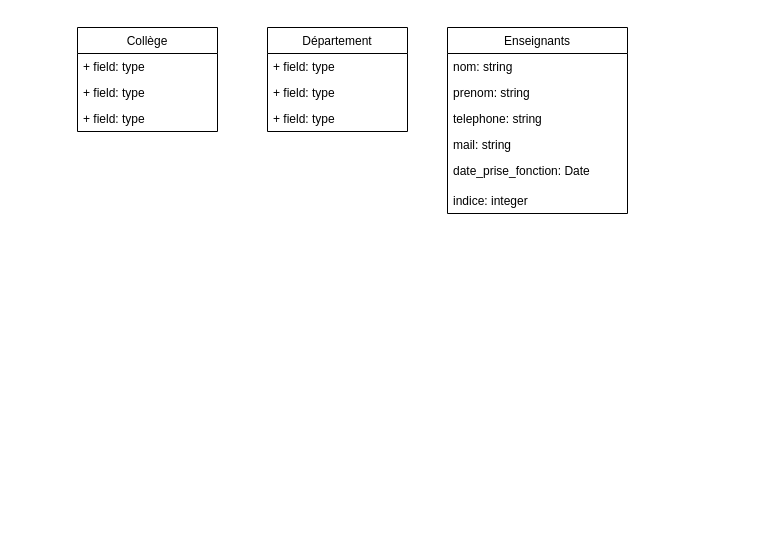
This is class-diagram-1.drawio from clairenollet/uml-and-rup, a draw.io file, before an edit. Source tidied: cells renumbered, new cells numbered last; positions are measured from the earlier drawing's top-left corner, leaving out a move shared by most shapes. Both pictures are drawn from the tidied source at 100%, with x=0, y=0 at pixel (77, 27).
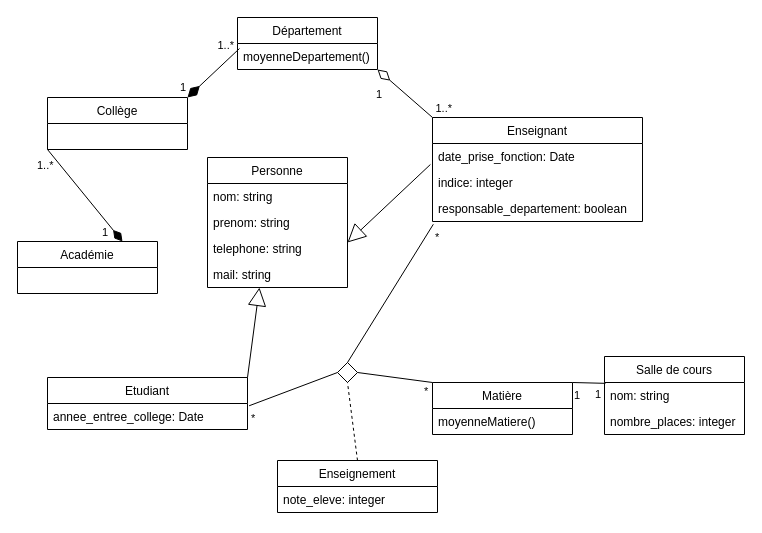
Above is the later version.

What changed in the source:
```diff
@@
     <mxCell id="2" value="Collège" style="swimlane;fontStyle=0;horizontal=1;startSize=26;fillColor=none;" parent="1" vertex="1">
-      <mxGeometry width="140" height="104" as="geometry" />
+      <mxGeometry x="-30" y="70" width="140" height="52" as="geometry" />
     </mxCell>
-    <mxCell id="3" value="+ field: type" style="text;strokeColor=none;fillColor=none;align=left;verticalAlign=top;spacingLeft=4;spacingRight=4;overflow=hidden;" parent="2" vertex="1">
-      <mxGeometry y="26" width="140" height="26" as="geometry" />
-    </mxCell>
-    <mxCell id="4" value="+ field: type" style="text;strokeColor=none;fillColor=none;align=left;verticalAlign=top;spacingLeft=4;spacingRight=4;overflow=hidden;" parent="2" vertex="1">
-      <mxGeometry y="52" width="140" height="26" as="geometry" />
-    </mxCell>
-    <mxCell id="5" value="+ field: type" style="text;strokeColor=none;fillColor=none;align=left;verticalAlign=top;spacingLeft=4;spacingRight=4;overflow=hidden;" parent="2" vertex="1">
-      <mxGeometry y="78" width="140" height="26" as="geometry" />
-    </mxCell>
     <mxCell id="6" value="Département" style="swimlane;fontStyle=0;horizontal=1;startSize=26;fillColor=none;" parent="1" vertex="1">
-      <mxGeometry x="190" width="140" height="104" as="geometry" />
+      <mxGeometry x="160" y="-10" width="140" height="52" as="geometry" />
     </mxCell>
-    <mxCell id="7" value="+ field: type" style="text;strokeColor=none;fillColor=none;align=left;verticalAlign=top;spacingLeft=4;spacingRight=4;overflow=hidden;" parent="6" vertex="1">
-      <mxGeometry y="26" width="140" height="26" as="geometry" />
-    </mxCell>
-    <mxCell id="8" value="+ field: type" style="text;strokeColor=none;fillColor=none;align=left;verticalAlign=top;spacingLeft=4;spacingRight=4;overflow=hidden;" parent="6" vertex="1">
-      <mxGeometry y="52" width="140" height="26" as="geometry" />
-    </mxCell>
-    <mxCell id="9" value="+ field: type" style="text;strokeColor=none;fillColor=none;align=left;verticalAlign=top;spacingLeft=4;spacingRight=4;overflow=hidden;" parent="6" vertex="1">
-      <mxGeometry y="78" width="140" height="26" as="geometry" />
-    </mxCell>
+    <mxCell id="17" value="moyenneDepartement()" style="text;strokeColor=none;fillColor=none;align=left;verticalAlign=top;spacingLeft=4;spacingRight=4;overflow=hidden;" parent="6" vertex="1">
+      <mxGeometry y="26" width="140" height="26" as="geometry" />
+    </mxCell>
-    <mxCell id="10" value="Enseignants" style="swimlane;fontStyle=0;horizontal=1;startSize=26;fillColor=none;" parent="1" vertex="1">
-      <mxGeometry x="370" width="180" height="186" as="geometry" />
+    <mxCell id="10" value="Enseignant" style="swimlane;fontStyle=0;horizontal=1;startSize=26;fillColor=none;" parent="1" vertex="1">
+      <mxGeometry x="355" y="90" width="210" height="104" as="geometry" />
     </mxCell>
-    <mxCell id="11" value="nom: string" style="text;strokeColor=none;fillColor=none;align=left;verticalAlign=top;spacingLeft=4;spacingRight=4;overflow=hidden;" parent="10" vertex="1">
-      <mxGeometry y="26" width="180" height="26" as="geometry" />
-    </mxCell>
+    <mxCell id="16" value="date_prise_fonction: Date" style="text;strokeColor=none;fillColor=none;align=left;verticalAlign=top;spacingLeft=4;spacingRight=4;overflow=hidden;points=[[0,0.5],[1,0.5]];portConstraint=eastwest;" parent="10" vertex="1">
+      <mxGeometry y="26" width="210" height="26" as="geometry" />
+    </mxCell>
+    <mxCell id="18" value="indice: integer" style="text;strokeColor=none;fillColor=none;align=left;verticalAlign=top;spacingLeft=4;spacingRight=4;overflow=hidden;" parent="10" vertex="1">
+      <mxGeometry y="52" width="210" height="26" as="geometry" />
+    </mxCell>
+    <mxCell id="14" value="responsable_departement: boolean" style="text;strokeColor=none;fillColor=none;align=left;verticalAlign=top;spacingLeft=4;spacingRight=4;overflow=hidden;points=[[0,0.5],[1,0.5]];portConstraint=eastwest;" parent="10" vertex="1">
+      <mxGeometry y="78" width="210" height="26" as="geometry" />
+    </mxCell>
+    <mxCell id="19" value="Etudiant" style="swimlane;fontStyle=0;horizontal=1;startSize=26;fillColor=none;" parent="1" vertex="1">
+      <mxGeometry x="-30" y="350" width="200" height="52" as="geometry" />
+    </mxCell>
+    <mxCell id="20" value="annee_entree_college: Date" style="text;strokeColor=none;fillColor=none;align=left;verticalAlign=top;spacingLeft=4;spacingRight=4;overflow=hidden;points=[[0,0.5],[1,0.5]];portConstraint=eastwest;" parent="19" vertex="1">
+      <mxGeometry y="26" width="200" height="26" as="geometry" />
+    </mxCell>
+    <mxCell id="21" value="Matière" style="swimlane;fontStyle=0;horizontal=1;startSize=26;fillColor=none;" parent="1" vertex="1">
+      <mxGeometry x="355" y="355" width="140" height="52" as="geometry" />
+    </mxCell>
+    <mxCell id="22" value="moyenneMatiere()" style="text;strokeColor=none;fillColor=none;align=left;verticalAlign=top;spacingLeft=4;spacingRight=4;overflow=hidden;" parent="21" vertex="1">
+      <mxGeometry y="26" width="140" height="26" as="geometry" />
+    </mxCell>
+    <mxCell id="23" value="Salle de cours" style="swimlane;fontStyle=0;horizontal=1;startSize=26;fillColor=none;" parent="1" vertex="1">
+      <mxGeometry x="527" y="329" width="140" height="78" as="geometry" />
+    </mxCell>
+    <mxCell id="24" value="nom: string" style="text;strokeColor=none;fillColor=none;align=left;verticalAlign=top;spacingLeft=4;spacingRight=4;overflow=hidden;points=[[0,0.5],[1,0.5]];portConstraint=eastwest;" parent="23" vertex="1">
+      <mxGeometry y="26" width="140" height="26" as="geometry" />
+    </mxCell>
+    <mxCell id="25" value="nombre_places: integer" style="text;strokeColor=none;fillColor=none;align=left;verticalAlign=top;spacingLeft=4;spacingRight=4;overflow=hidden;" parent="23" vertex="1">
+      <mxGeometry y="52" width="140" height="26" as="geometry" />
+    </mxCell>
+    <mxCell id="26" value="Personne" style="swimlane;fontStyle=0;horizontal=1;startSize=26;fillColor=none;" parent="1" vertex="1">
+      <mxGeometry x="130" y="130" width="140" height="130" as="geometry" />
+    </mxCell>
+    <mxCell id="27" value="nom: string" style="text;strokeColor=none;fillColor=none;align=left;verticalAlign=top;spacingLeft=4;spacingRight=4;overflow=hidden;" parent="26" vertex="1">
+      <mxGeometry y="26" width="140" height="26" as="geometry" />
+    </mxCell>
-    <mxCell id="12" value="prenom: string" style="text;strokeColor=none;fillColor=none;align=left;verticalAlign=top;spacingLeft=4;spacingRight=4;overflow=hidden;" parent="10" vertex="1">
-      <mxGeometry y="52" width="180" height="26" as="geometry" />
+    <mxCell id="12" value="prenom: string" style="text;strokeColor=none;fillColor=none;align=left;verticalAlign=top;spacingLeft=4;spacingRight=4;overflow=hidden;" parent="26" vertex="1">
+      <mxGeometry y="52" width="140" height="26" as="geometry" />
     </mxCell>
-    <mxCell id="13" value="telephone: string" style="text;strokeColor=none;fillColor=none;align=left;verticalAlign=top;spacingLeft=4;spacingRight=4;overflow=hidden;points=[[0,0.5],[1,0.5]];portConstraint=eastwest;" parent="10" vertex="1">
-      <mxGeometry y="78" width="180" height="82" as="geometry" />
+    <mxCell id="13" value="telephone: string" style="text;strokeColor=none;fillColor=none;align=left;verticalAlign=top;spacingLeft=4;spacingRight=4;overflow=hidden;points=[[0,0.5],[1,0.5]];portConstraint=eastwest;" parent="26" vertex="1">
+      <mxGeometry y="78" width="140" height="26" as="geometry" />
     </mxCell>
-    <mxCell id="14" value="indice: integer" style="text;strokeColor=none;fillColor=none;align=left;verticalAlign=top;spacingLeft=4;spacingRight=4;overflow=hidden;points=[[0,0.5],[1,0.5]];portConstraint=eastwest;" parent="10" vertex="1">
-      <mxGeometry y="160" width="180" height="26" as="geometry" />
-    </mxCell>
-    <mxCell id="15" value="mail: string" style="text;strokeColor=none;fillColor=none;align=left;verticalAlign=top;spacingLeft=4;spacingRight=4;overflow=hidden;points=[[0,0.5],[1,0.5]];portConstraint=eastwest;" parent="1" vertex="1">
-      <mxGeometry x="370" y="104" width="140" height="26" as="geometry" />
+    <mxCell id="15" value="mail: string" style="text;strokeColor=none;fillColor=none;align=left;verticalAlign=top;spacingLeft=4;spacingRight=4;overflow=hidden;points=[[0,0.5],[1,0.5]];portConstraint=eastwest;" parent="26" vertex="1">
+      <mxGeometry y="104" width="140" height="26" as="geometry" />
     </mxCell>
-    <mxCell id="16" value="date_prise_fonction: Date" style="text;strokeColor=none;fillColor=none;align=left;verticalAlign=top;spacingLeft=4;spacingRight=4;overflow=hidden;points=[[0,0.5],[1,0.5]];portConstraint=eastwest;" parent="1" vertex="1">
-      <mxGeometry x="370" y="130" width="180" height="26" as="geometry" />
-    </mxCell>
+    <mxCell id="28" style="endArrow=block;endSize=16;endFill=0;html=1;rounded=0;entryX=0.371;entryY=1;entryDx=0;entryDy=0;entryPerimeter=0;exitX=1;exitY=0;exitDx=0;exitDy=0;" parent="1" edge="1" source="19" target="15">
+      <mxGeometry relative="1" as="geometry" />
+    </mxCell>
+    <mxCell id="29" style="endArrow=block;endSize=16;endFill=0;html=1;rounded=0;entryX=1;entryY=0.269;entryDx=0;entryDy=0;entryPerimeter=0;exitX=-0.01;exitY=0.808;exitDx=0;exitDy=0;exitPerimeter=0;" parent="1" edge="1" source="16" target="13">
+      <mxGeometry relative="1" as="geometry" />
+    </mxCell>
+    <mxCell id="30" style="endArrow=none;html=1;endSize=12;startArrow=diamondThin;startSize=14;startFill=1;rounded=0;exitX=1;exitY=0;exitDx=0;exitDy=0;entryX=0.014;entryY=0.192;entryDx=0;entryDy=0;entryPerimeter=0;endFill=0;" parent="1" edge="1" source="2">
+      <mxGeometry relative="1" as="geometry">
+        <mxPoint x="162" y="21" as="targetPoint" />
+      </mxGeometry>
+    </mxCell>
+    <mxCell id="31" value="1" style="edgeLabel;html=1;align=left;verticalAlign=top;" parent="30" vertex="1">
+      <mxGeometry x="-1" relative="1" as="geometry">
+        <mxPoint x="-9" y="-23" as="offset" />
+      </mxGeometry>
+    </mxCell>
+    <mxCell id="32" value="1..*" style="edgeLabel;html=1;align=right;verticalAlign=top;" parent="30" vertex="1">
+      <mxGeometry x="1" relative="1" as="geometry">
+        <mxPoint x="-5" y="-16" as="offset" />
+      </mxGeometry>
+    </mxCell>
+    <mxCell id="33" value="Académie" style="swimlane;fontStyle=0;horizontal=1;startSize=26;fillColor=none;" parent="1" vertex="1">
+      <mxGeometry x="-60" y="214" width="140" height="52" as="geometry" />
+    </mxCell>
+    <mxCell id="34" style="endArrow=diamondThin;html=1;endSize=12;startArrow=none;startSize=14;startFill=0;rounded=0;entryX=0.75;entryY=0;entryDx=0;entryDy=0;endFill=1;exitX=0;exitY=1;exitDx=0;exitDy=0;" parent="1" edge="1" source="2" target="33">
+      <mxGeometry relative="1" as="geometry" />
+    </mxCell>
+    <mxCell id="35" value="1..*" style="edgeLabel;html=1;align=left;verticalAlign=top;" parent="34" vertex="1">
+      <mxGeometry x="-1" relative="1" as="geometry">
+        <mxPoint x="-12" y="3" as="offset" />
+      </mxGeometry>
+    </mxCell>
+    <mxCell id="36" value="1" style="edgeLabel;html=1;align=right;verticalAlign=top;" parent="34" vertex="1">
+      <mxGeometry x="1" relative="1" as="geometry">
+        <mxPoint x="-14" y="-22" as="offset" />
+      </mxGeometry>
+    </mxCell>
+    <mxCell id="37" style="endArrow=none;html=1;endSize=12;startArrow=diamondThin;startSize=14;startFill=0;rounded=0;exitX=1;exitY=1;exitDx=0;exitDy=0;entryX=0;entryY=0;entryDx=0;entryDy=0;endFill=0;" parent="1" edge="1" source="6" target="10">
+      <mxGeometry relative="1" as="geometry" />
+    </mxCell>
+    <mxCell id="38" value="1" style="edgeLabel;html=1;align=left;verticalAlign=top;" parent="37" vertex="1">
+      <mxGeometry x="-1" relative="1" as="geometry">
+        <mxPoint x="-3" y="12" as="offset" />
+      </mxGeometry>
+    </mxCell>
+    <mxCell id="39" value="1..*" style="edgeLabel;html=1;align=right;verticalAlign=top;" parent="37" vertex="1">
+      <mxGeometry x="1" relative="1" as="geometry">
+        <mxPoint x="20" y="-22" as="offset" />
+      </mxGeometry>
+    </mxCell>
+    <mxCell id="40" style="rhombus;" parent="1" vertex="1">
+      <mxGeometry x="260" y="335" width="20" height="20" as="geometry" />
+    </mxCell>
+    <mxCell id="41" value="Enseignement" style="swimlane;fontStyle=0;align=center;verticalAlign=top;horizontal=1;startSize=26;" parent="1" vertex="1">
+      <mxGeometry x="200" y="433" width="160" height="52" as="geometry" />
+    </mxCell>
+    <mxCell id="42" value="note_eleve: integer" style="text;strokeColor=none;fillColor=none;align=left;verticalAlign=top;spacingLeft=4;spacingRight=4;overflow=hidden;" parent="41" vertex="1">
+      <mxGeometry y="26" width="160" height="26" as="geometry" />
+    </mxCell>
+    <mxCell id="43" style="endArrow=none;html=1;endSize=12;startArrow=none;startSize=14;startFill=0;rounded=0;strokeWidth=1;exitX=0.5;exitY=0;exitDx=0;exitDy=0;endFill=0;dashed=1;entryX=0.5;entryY=1;entryDx=0;entryDy=0;" parent="1" edge="1" source="41" target="40">
+      <mxGeometry relative="1" as="geometry" />
+    </mxCell>
+    <mxCell id="44" style="endArrow=none;html=1;endSize=12;startArrow=none;startSize=14;startFill=0;rounded=0;strokeWidth=1;exitX=1;exitY=0;exitDx=0;exitDy=0;endFill=0;entryX=0.007;entryY=0.032;entryDx=0;entryDy=0;entryPerimeter=0;" parent="1" edge="1" source="21" target="24">
+      <mxGeometry relative="1" as="geometry" />
+    </mxCell>
+    <mxCell id="45" value="1" style="edgeLabel;html=1;align=left;verticalAlign=top;" parent="44" vertex="1">
+      <mxGeometry x="-1" relative="1" as="geometry" />
+    </mxCell>
+    <mxCell id="46" value="1" style="edgeLabel;html=1;align=right;verticalAlign=top;" parent="44" vertex="1">
+      <mxGeometry x="1" relative="1" as="geometry">
+        <mxPoint x="-4" y="-2" as="offset" />
+      </mxGeometry>
+    </mxCell>
+    <mxCell id="47" style="endArrow=none;html=1;endSize=12;startArrow=none;startSize=14;startFill=0;rounded=0;strokeWidth=1;exitX=1.008;exitY=0.088;exitDx=0;exitDy=0;exitPerimeter=0;entryX=0;entryY=0.5;entryDx=0;entryDy=0;endFill=0;" parent="1" edge="1" source="20" target="40">
+      <mxGeometry relative="1" as="geometry" />
+    </mxCell>
+    <mxCell id="48" value="*" style="edgeLabel;html=1;align=left;verticalAlign=top;" parent="47" vertex="1">
+      <mxGeometry x="-1" relative="1" as="geometry" />
+    </mxCell>
+    <mxCell id="49" style="endArrow=none;html=1;endSize=12;startArrow=none;startSize=14;startFill=0;rounded=0;strokeWidth=1;exitX=0.004;exitY=1.106;exitDx=0;exitDy=0;exitPerimeter=0;entryX=0.5;entryY=0;entryDx=0;entryDy=0;endFill=0;" parent="1" edge="1" source="14" target="40">
+      <mxGeometry relative="1" as="geometry" />
+    </mxCell>
+    <mxCell id="50" value="*" style="edgeLabel;html=1;align=left;verticalAlign=top;" parent="49" vertex="1">
+      <mxGeometry x="-1" relative="1" as="geometry" />
+    </mxCell>
+    <mxCell id="51" style="endArrow=none;html=1;endSize=12;startArrow=none;startSize=14;startFill=0;rounded=0;strokeWidth=1;exitX=0;exitY=0;exitDx=0;exitDy=0;entryX=1;entryY=0.5;entryDx=0;entryDy=0;endFill=0;" parent="1" edge="1" source="21" target="40">
+      <mxGeometry relative="1" as="geometry" />
+    </mxCell>
+    <mxCell id="52" value="*" style="edgeLabel;html=1;align=left;verticalAlign=top;" parent="51" vertex="1">
+      <mxGeometry x="-1" relative="1" as="geometry">
+        <mxPoint x="-10" y="-4" as="offset" />
+      </mxGeometry>
+    </mxCell>
```
